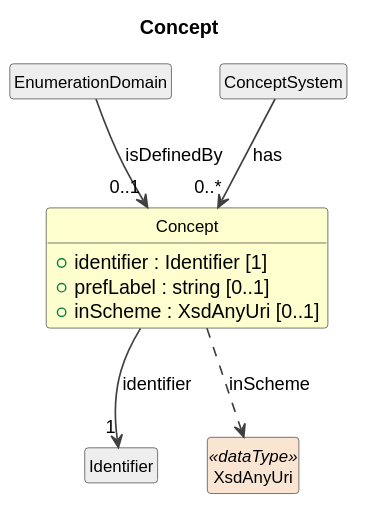
This is cdif-uml-model/CDIFDataStructure/Classes/Concept.svg from Cross-Domain-Interoperability-Framework/metadataBuildingBlocks, a PlantUML export, as it was before one commit.
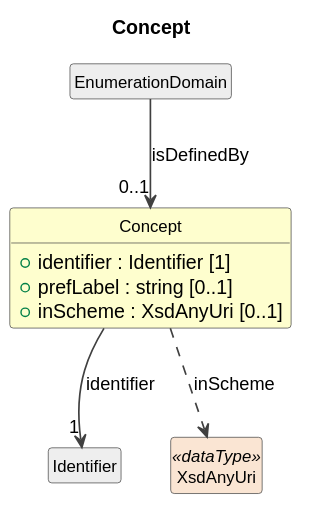
Above is the later version.

What changed in the source:
```diff
@@ -17,8 +17,6 @@
 }
 class "EnumerationDomain" as EnumerationDomain #EEEEEE
 EnumerationDomain --> "0..1" Concept : isDefinedBy
-class "ConceptSystem" as ConceptSystem #EEEEEE
-ConceptSystem --> "0..*" Concept : has
 class "Identifier" as Identifier #EEEEEE
 Concept --> "1" Identifier : identifier
 class "XsdAnyUri" as XsdAnyUri <<dataType>> #FAE5D3
```
